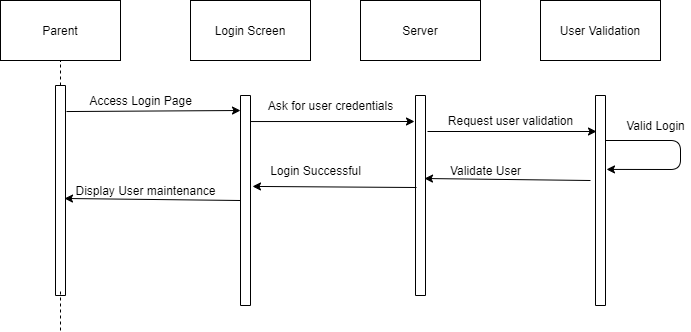
Hanandrof/Group-3-Repository keeps this draw.io diagram as Deliverables/Week_3/Use_Case/Parent/Sequence Diagrams/Registration.png. Above is the earlier version. Source tidied: cells renumbered, new cells last; positions are measured from the earlier drawing's top-left corner, leaving out a move shared by most shapes.
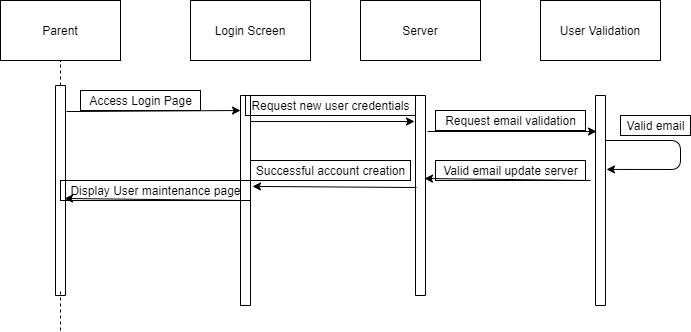
The same file after the commit.

The edit, as a diff of the source:
```diff
@@ -1,4 +1,4 @@
-<mxGraphModel background="#ffffff">
+<mxGraphModel background="#FFFFFF">
   <root>
     <mxCell id="0" />
     <mxCell id="1" parent="0" />
@@ -40,25 +40,25 @@
         <mxPoint x="240" y="110" as="targetPoint" />
       </mxGeometry>
     </mxCell>
-    <mxCell id="13" value="Access Login Page" style="text;html=1;align=center;verticalAlign=middle;" parent="1" vertex="1">
+    <mxCell id="13" value="Access Login Page" style="text;html=1;align=center;verticalAlign=middle;strokeColor=#000000;" parent="1" vertex="1">
       <mxGeometry x="80" y="90" width="120" height="20" as="geometry" />
     </mxCell>
-    <mxCell id="14" style="endArrow=classic;html=1;strokeColor=#000000;exitX=0.124;exitY=0;exitDx=0;exitDy=0;exitPerimeter=0;entryX=0.13;entryY=1.1;entryDx=0;entryDy=0;entryPerimeter=0;" parent="1" edge="1" source="7" target="8">
+    <mxCell id="14" style="endArrow=classic;html=1;exitX=0.124;exitY=0;exitDx=0;exitDy=0;exitPerimeter=0;entryX=0.13;entryY=1.1;entryDx=0;entryDy=0;entryPerimeter=0;" parent="1" edge="1" source="7" target="8">
       <mxGeometry relative="1" as="geometry" />
     </mxCell>
-    <mxCell id="15" value="Ask for user credentials" style="text;html=1;align=center;verticalAlign=middle;" parent="1" vertex="1">
-      <mxGeometry x="260" y="95" width="140" height="20" as="geometry" />
+    <mxCell id="15" value="Request new user credentials" style="text;html=1;align=center;verticalAlign=middle;strokeColor=#000000;" parent="1" vertex="1">
+      <mxGeometry x="245" y="95" width="170" height="20" as="geometry" />
     </mxCell>
-    <mxCell id="16" style="endArrow=classic;html=1;strokeColor=#000000;" parent="1" edge="1">
+    <mxCell id="16" style="endArrow=classic;html=1;" parent="1" edge="1">
       <mxGeometry relative="1" as="geometry">
         <mxPoint x="427" y="131" as="sourcePoint" />
         <mxPoint x="596" y="131" as="targetPoint" />
       </mxGeometry>
     </mxCell>
-    <mxCell id="17" value="Request user validation" style="text;html=1;align=center;verticalAlign=middle;" parent="1" vertex="1">
-      <mxGeometry x="440" y="110" width="140" height="20" as="geometry" />
+    <mxCell id="17" value="Request email validation" style="text;html=1;align=center;verticalAlign=middle;strokeColor=#000000;" parent="1" vertex="1">
+      <mxGeometry x="435" y="110" width="150" height="20" as="geometry" />
     </mxCell>
-    <mxCell id="18" style="endArrow=classic;html=1;strokeColor=#000000;entryX=0.352;entryY=-0.1;entryDx=0;entryDy=0;entryPerimeter=0;" parent="1" edge="1" target="9">
+    <mxCell id="18" style="endArrow=classic;html=1;entryX=0.352;entryY=-0.1;entryDx=0;entryDy=0;entryPerimeter=0;" parent="1" edge="1" target="9">
       <mxGeometry relative="1" as="geometry">
         <mxPoint x="605" y="140" as="sourcePoint" />
         <Array as="points">
@@ -67,28 +67,28 @@
         </Array>
       </mxGeometry>
     </mxCell>
-    <mxCell id="19" value="Valid Login" style="text;html=1;align=center;verticalAlign=middle;" parent="1" vertex="1">
+    <mxCell id="19" value="Valid email" style="text;html=1;align=center;verticalAlign=middle;strokeColor=#000000;" parent="1" vertex="1">
       <mxGeometry x="620" y="115" width="70" height="20" as="geometry" />
     </mxCell>
-    <mxCell id="20" style="endArrow=classic;html=1;strokeColor=#000000;entryX=0.415;entryY=0.1;entryDx=0;entryDy=0;entryPerimeter=0;" parent="1" edge="1" target="8">
+    <mxCell id="20" style="endArrow=classic;html=1;entryX=0.415;entryY=0.1;entryDx=0;entryDy=0;entryPerimeter=0;" parent="1" edge="1" target="8">
       <mxGeometry relative="1" as="geometry">
         <mxPoint x="590" y="180" as="sourcePoint" />
       </mxGeometry>
     </mxCell>
-    <mxCell id="21" style="endArrow=classic;html=1;strokeColor=#000000;exitX=0.46;exitY=0.9;exitDx=0;exitDy=0;exitPerimeter=0;entryX=0.433;entryY=-0.2;entryDx=0;entryDy=0;entryPerimeter=0;" parent="1" edge="1" source="8" target="7">
+    <mxCell id="21" style="endArrow=classic;html=1;exitX=0.46;exitY=0.9;exitDx=0;exitDy=0;exitPerimeter=0;entryX=0.433;entryY=-0.2;entryDx=0;entryDy=0;entryPerimeter=0;" parent="1" edge="1" source="8" target="7">
       <mxGeometry relative="1" as="geometry" />
     </mxCell>
-    <mxCell id="22" style="endArrow=classic;html=1;strokeColor=#000000;exitX=0.5;exitY=1;exitDx=0;exitDy=0;entryX=0.538;entryY=0.1;entryDx=0;entryDy=0;entryPerimeter=0;" parent="1" edge="1" source="7" target="6">
+    <mxCell id="22" style="endArrow=classic;html=1;exitX=0.5;exitY=1;exitDx=0;exitDy=0;entryX=0.538;entryY=0.1;entryDx=0;entryDy=0;entryPerimeter=0;" parent="1" edge="1" source="7" target="6">
       <mxGeometry relative="1" as="geometry" />
     </mxCell>
-    <mxCell id="23" value="Login Successful" style="text;html=1;align=center;verticalAlign=middle;" parent="1" vertex="1">
-      <mxGeometry x="260" y="160" width="110" height="20" as="geometry" />
+    <mxCell id="23" value="Successful account creation" style="text;html=1;align=center;verticalAlign=middle;strokeColor=#000000;" parent="1" vertex="1">
+      <mxGeometry x="250" y="160" width="160" height="20" as="geometry" />
     </mxCell>
-    <mxCell id="24" value="Validate User" style="text;html=1;align=center;verticalAlign=middle;" parent="1" vertex="1">
-      <mxGeometry x="440" y="160" width="90" height="20" as="geometry" />
+    <mxCell id="24" value="Valid email update server" style="text;html=1;align=center;verticalAlign=middle;strokeColor=#000000;" parent="1" vertex="1">
+      <mxGeometry x="435" y="160" width="150" height="20" as="geometry" />
     </mxCell>
-    <mxCell id="25" value="Display User maintenance" style="text;html=1;align=center;verticalAlign=middle;" parent="1" vertex="1">
-      <mxGeometry x="65" y="180" width="160" height="20" as="geometry" />
+    <mxCell id="25" value="Display User maintenance page" style="text;html=1;align=center;verticalAlign=middle;strokeColor=#000000;" parent="1" vertex="1">
+      <mxGeometry x="60" y="180" width="190" height="20" as="geometry" />
     </mxCell>
   </root>
 </mxGraphModel>
```
